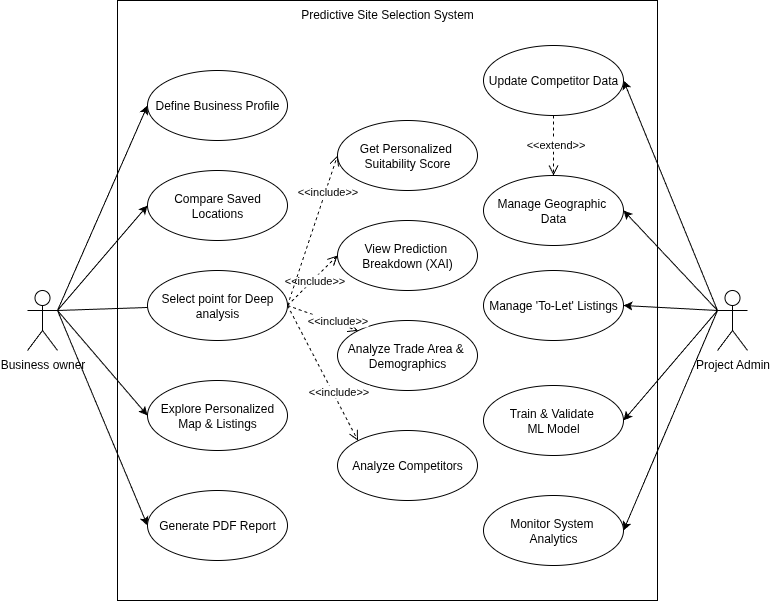
This is img/UsecaseDiagram.png from Sujalcha7/SiteX_Doc, a draw.io export, as it was before one commit. Source tidied: cells renumbered, new cells last; positions are measured from the earlier drawing's top-left corner, leaving out a move shared by most shapes.
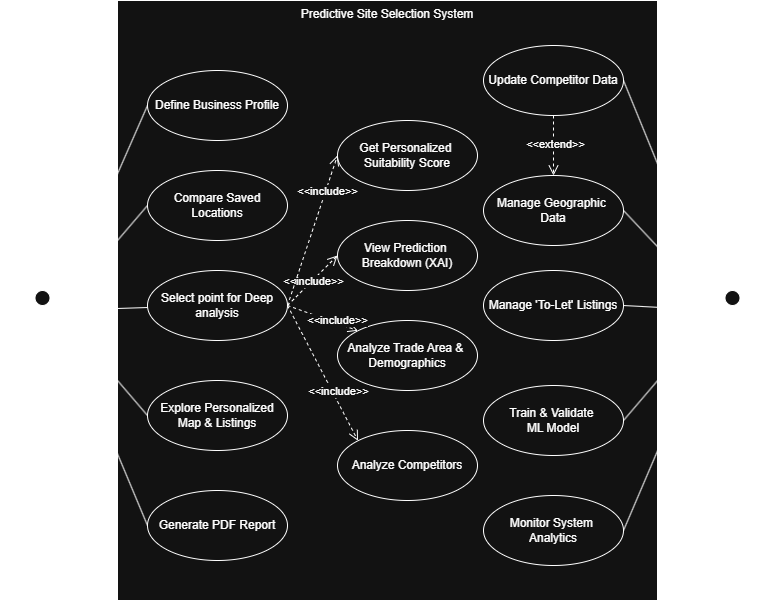
After the commit.

What changed in the source:
```diff
@@ -5,10 +5,10 @@
     <mxCell id="2" value="Predictive Site Selection System" style="rounded=0;whiteSpace=wrap;html=1;verticalAlign=top;" parent="1" vertex="1">
       <mxGeometry x="90" width="540" height="600" as="geometry" />
     </mxCell>
-    <mxCell id="3" style="rounded=0;jettySize=auto;html=1;entryX=0;entryY=0.5;entryDx=0;entryDy=0;exitX=1;exitY=0.3333333333333333;exitDx=0;exitDy=0;exitPerimeter=0;" parent="1" edge="1" source="8" target="30">
+    <mxCell id="3" style="rounded=0;jettySize=auto;html=1;entryX=0;entryY=0.5;entryDx=0;entryDy=0;exitX=1;exitY=0.3333333333333333;exitDx=0;exitDy=0;exitPerimeter=0;endArrow=none;endFill=0;" parent="1" edge="1" source="8" target="30">
       <mxGeometry relative="1" as="geometry" />
     </mxCell>
-    <mxCell id="4" style="rounded=0;jettySize=auto;html=1;exitX=1;exitY=0.3333333333333333;exitDx=0;exitDy=0;exitPerimeter=0;entryX=0;entryY=0.5;entryDx=0;entryDy=0;" parent="1" edge="1" source="8" target="22">
+    <mxCell id="4" style="rounded=0;jettySize=auto;html=1;exitX=1;exitY=0.3333333333333333;exitDx=0;exitDy=0;exitPerimeter=0;entryX=0;entryY=0.5;entryDx=0;entryDy=0;endArrow=none;endFill=0;" parent="1" edge="1" source="8" target="22">
       <mxGeometry relative="1" as="geometry" />
     </mxCell>
     <mxCell id="5" style="rounded=0;orthogonalLoop=1;jettySize=auto;html=1;entryX=0;entryY=0.5;entryDx=0;entryDy=0;" parent="1" edge="1">
@@ -17,28 +17,28 @@
         <mxPoint x="180" y="305" as="targetPoint" />
       </mxGeometry>
     </mxCell>
-    <mxCell id="6" style="rounded=0;jettySize=auto;html=1;exitX=1;exitY=0.3333333333333333;exitDx=0;exitDy=0;exitPerimeter=0;entryX=0;entryY=0.5;entryDx=0;entryDy=0;" parent="1" edge="1" source="8" target="21">
+    <mxCell id="6" style="rounded=0;jettySize=auto;html=1;exitX=1;exitY=0.3333333333333333;exitDx=0;exitDy=0;exitPerimeter=0;entryX=0;entryY=0.5;entryDx=0;entryDy=0;endArrow=none;endFill=0;" parent="1" edge="1" source="8" target="21">
       <mxGeometry relative="1" as="geometry" />
     </mxCell>
-    <mxCell id="7" style="rounded=0;jettySize=auto;html=1;entryX=0;entryY=0.5;entryDx=0;entryDy=0;exitX=1;exitY=0.3333333333333333;exitDx=0;exitDy=0;exitPerimeter=0;" parent="1" edge="1" source="8" target="20">
+    <mxCell id="7" style="rounded=0;jettySize=auto;html=1;entryX=0;entryY=0.5;entryDx=0;entryDy=0;exitX=1;exitY=0.3333333333333333;exitDx=0;exitDy=0;exitPerimeter=0;endArrow=none;endFill=0;" parent="1" edge="1" source="8" target="20">
       <mxGeometry relative="1" as="geometry" />
     </mxCell>
     <mxCell id="8" value="Business owner" style="shape=umlActor;verticalLabelPosition=bottom;verticalAlign=top;html=1;" parent="1" vertex="1">
       <mxGeometry y="290" width="30" height="60" as="geometry" />
     </mxCell>
-    <mxCell id="9" style="edgeStyle=none;curved=0;rounded=0;jettySize=auto;html=1;exitX=0;exitY=0.3333333333333333;exitDx=0;exitDy=0;exitPerimeter=0;entryX=1;entryY=0.5;entryDx=0;entryDy=0;strokeColor=default;align=center;verticalAlign=bottom;fontFamily=Helvetica;fontSize=11;fontColor=default;labelBackgroundColor=default;endArrow=classic;endFill=1;" parent="1" edge="1" source="14" target="36">
+    <mxCell id="9" style="edgeStyle=none;curved=0;rounded=0;jettySize=auto;html=1;exitX=0;exitY=0.3333333333333333;exitDx=0;exitDy=0;exitPerimeter=0;entryX=1;entryY=0.5;entryDx=0;entryDy=0;strokeColor=default;align=center;verticalAlign=bottom;fontFamily=Helvetica;fontSize=11;fontColor=default;labelBackgroundColor=default;endArrow=none;endFill=0;" parent="1" edge="1" source="14" target="36">
       <mxGeometry relative="1" as="geometry" />
     </mxCell>
-    <mxCell id="10" style="edgeStyle=none;shape=connector;curved=0;rounded=0;jettySize=auto;html=1;exitX=0;exitY=0.3333333333333333;exitDx=0;exitDy=0;exitPerimeter=0;entryX=1;entryY=0.5;entryDx=0;entryDy=0;strokeColor=default;align=center;verticalAlign=bottom;fontFamily=Helvetica;fontSize=11;fontColor=default;labelBackgroundColor=default;endArrow=classic;endFill=1;" parent="1" edge="1" source="14" target="33">
+    <mxCell id="10" style="edgeStyle=none;shape=connector;curved=0;rounded=0;jettySize=auto;html=1;exitX=0;exitY=0.3333333333333333;exitDx=0;exitDy=0;exitPerimeter=0;entryX=1;entryY=0.5;entryDx=0;entryDy=0;strokeColor=default;align=center;verticalAlign=bottom;fontFamily=Helvetica;fontSize=11;fontColor=default;labelBackgroundColor=default;endArrow=none;endFill=0;" parent="1" edge="1" source="14" target="33">
       <mxGeometry relative="1" as="geometry" />
     </mxCell>
-    <mxCell id="11" style="edgeStyle=none;shape=connector;curved=0;rounded=0;jettySize=auto;html=1;exitX=0;exitY=0.3333333333333333;exitDx=0;exitDy=0;exitPerimeter=0;entryX=1;entryY=0.5;entryDx=0;entryDy=0;strokeColor=default;align=center;verticalAlign=bottom;fontFamily=Helvetica;fontSize=11;fontColor=default;labelBackgroundColor=default;endArrow=classic;endFill=1;" parent="1" edge="1" source="14" target="15">
+    <mxCell id="11" style="edgeStyle=none;shape=connector;curved=0;rounded=0;jettySize=auto;html=1;exitX=0;exitY=0.3333333333333333;exitDx=0;exitDy=0;exitPerimeter=0;entryX=1;entryY=0.5;entryDx=0;entryDy=0;strokeColor=default;align=center;verticalAlign=bottom;fontFamily=Helvetica;fontSize=11;fontColor=default;labelBackgroundColor=default;endArrow=none;endFill=0;" parent="1" edge="1" source="14" target="15">
       <mxGeometry relative="1" as="geometry" />
     </mxCell>
-    <mxCell id="12" style="edgeStyle=none;shape=connector;curved=0;rounded=0;jettySize=auto;html=1;exitX=0;exitY=0.3333333333333333;exitDx=0;exitDy=0;exitPerimeter=0;entryX=1;entryY=0.5;entryDx=0;entryDy=0;strokeColor=default;align=center;verticalAlign=bottom;fontFamily=Helvetica;fontSize=11;fontColor=default;labelBackgroundColor=default;endArrow=classic;endFill=1;" parent="1" edge="1" source="14" target="32">
+    <mxCell id="12" style="edgeStyle=none;shape=connector;curved=0;rounded=0;jettySize=auto;html=1;exitX=0;exitY=0.3333333333333333;exitDx=0;exitDy=0;exitPerimeter=0;entryX=1;entryY=0.5;entryDx=0;entryDy=0;strokeColor=default;align=center;verticalAlign=bottom;fontFamily=Helvetica;fontSize=11;fontColor=default;labelBackgroundColor=default;endArrow=none;endFill=0;" parent="1" edge="1" source="14" target="32">
       <mxGeometry relative="1" as="geometry" />
     </mxCell>
-    <mxCell id="13" style="edgeStyle=none;shape=connector;curved=0;rounded=0;jettySize=auto;html=1;exitX=0;exitY=0.3333333333333333;exitDx=0;exitDy=0;exitPerimeter=0;entryX=1;entryY=0.5;entryDx=0;entryDy=0;strokeColor=default;align=center;verticalAlign=bottom;fontFamily=Helvetica;fontSize=11;fontColor=default;labelBackgroundColor=default;endArrow=classic;endFill=1;" parent="1" edge="1" source="14" target="31">
+    <mxCell id="13" style="edgeStyle=none;shape=connector;curved=0;rounded=0;jettySize=auto;html=1;exitX=0;exitY=0.3333333333333333;exitDx=0;exitDy=0;exitPerimeter=0;entryX=1;entryY=0.5;entryDx=0;entryDy=0;strokeColor=default;align=center;verticalAlign=bottom;fontFamily=Helvetica;fontSize=11;fontColor=default;labelBackgroundColor=default;endArrow=none;endFill=0;" parent="1" edge="1" source="14" target="31">
       <mxGeometry relative="1" as="geometry" />
     </mxCell>
     <mxCell id="14" value="Project Admin" style="shape=umlActor;verticalLabelPosition=bottom;verticalAlign=top;html=1;" parent="1" vertex="1">
```
